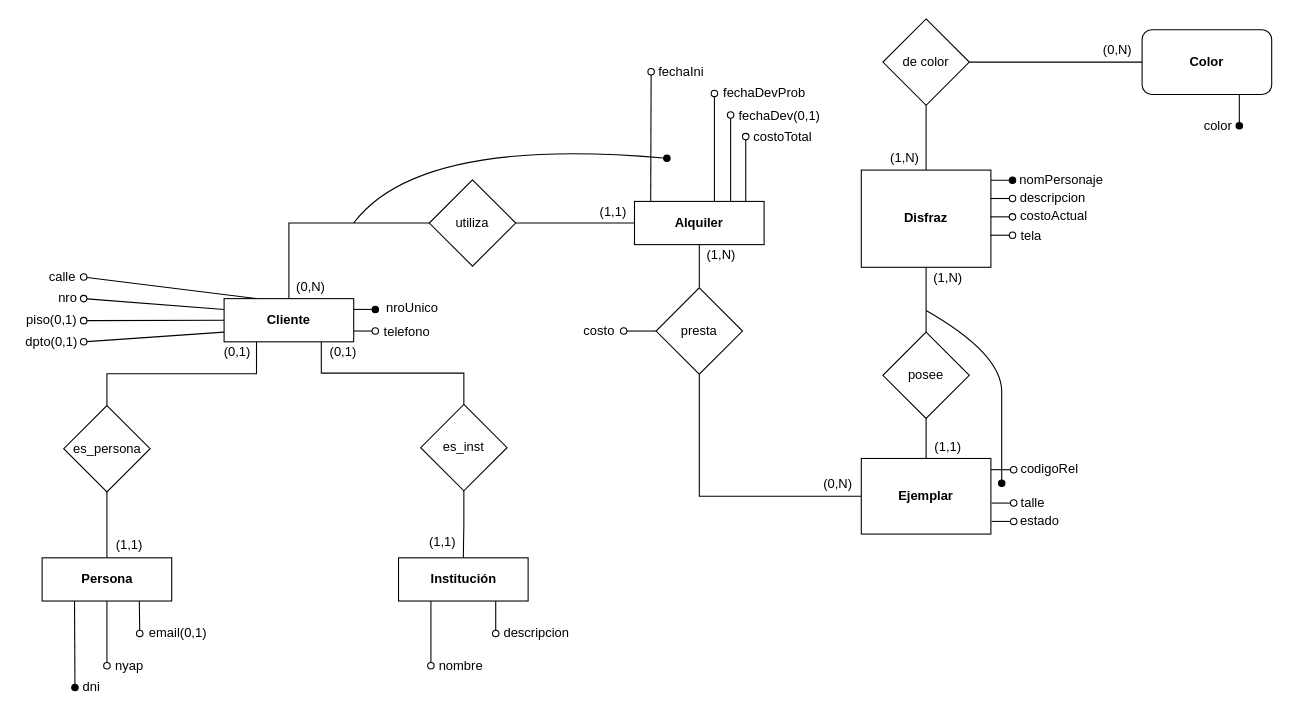
This is BD/01-modelos/03-disfraces/ej3-logico.drawio from sergiocld99/unlp-tramo-final, a draw.io file, before an edit. Source tidied: cells renumbered, new cells numbered last; positions are measured from the earlier drawing's top-left corner, leaving out a move shared by most shapes. Both pictures are drawn from the tidied source at 108%, with x=0, y=0 at pixel (18, 18).
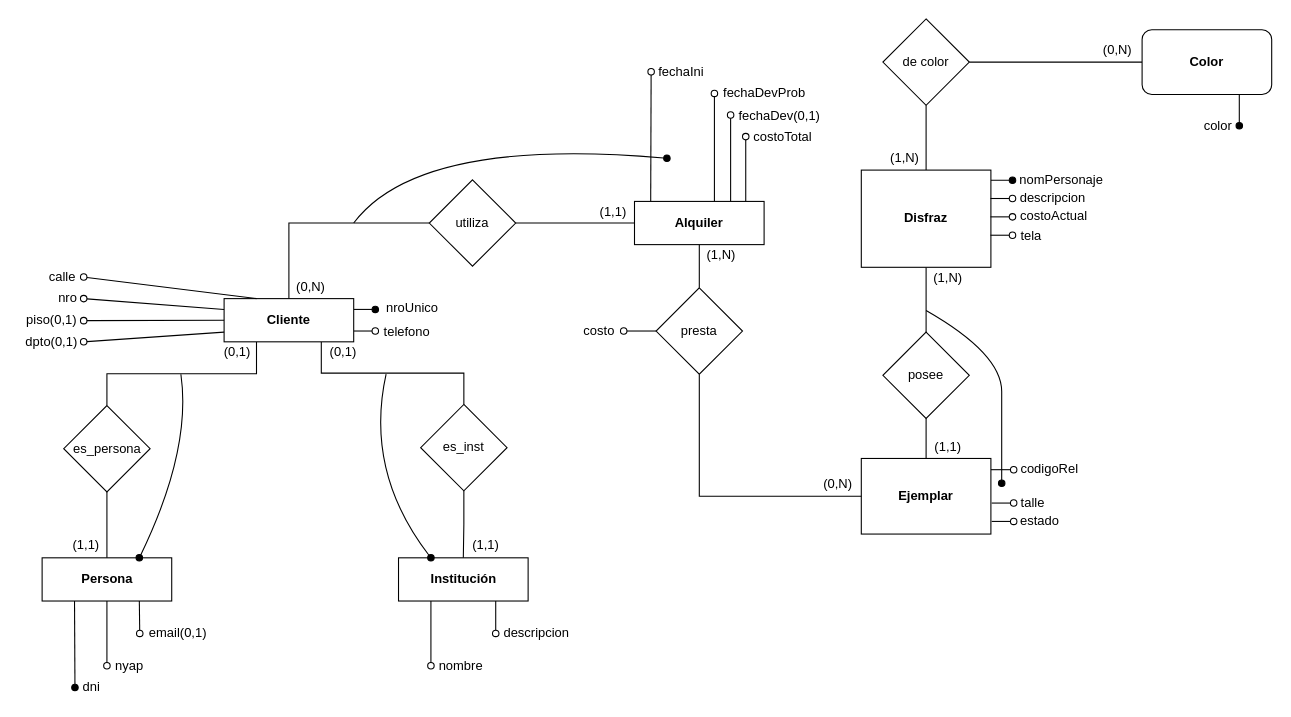
The same diagram, later.

Unchanged cells that the change refers to:
```xml
<mxCell id="16" value="Persona" style="rounded=0;whiteSpace=wrap;html=1;fontStyle=1;" parent="1" vertex="1">
  <mxGeometry x="21.5" y="499" width="120" height="40" as="geometry" />
</mxCell>
<mxCell id="19" value="Institución" style="rounded=0;whiteSpace=wrap;html=1;fontStyle=1;" parent="1" vertex="1">
  <mxGeometry x="351.5" y="499" width="120" height="40" as="geometry" />
</mxCell>
```

Change to the diagram source:
```diff
@@
     <mxCell id="79" value="(1,1)" style="text;html=1;align=center;verticalAlign=middle;strokeColor=none;fillColor=none;" parent="1" vertex="1">
-      <mxGeometry x="81.5" y="477" width="40" height="20" as="geometry" />
+      <mxGeometry x="41.5" y="477" width="40" height="20" as="geometry" />
     </mxCell>
     <mxCell id="80" value="(1,1)" style="text;html=1;align=center;verticalAlign=middle;strokeColor=none;fillColor=none;" parent="1" vertex="1">
-      <mxGeometry x="372" y="475" width="40" height="20" as="geometry" />
+      <mxGeometry x="412" y="477" width="40" height="20" as="geometry" />
     </mxCell>
@@
+    <mxCell id="89" style="curved=1;endArrow=oval;html=1;rounded=0;entryX=0.75;entryY=0;entryDx=0;entryDy=0;endFill=1;" parent="1" edge="1" target="16">
+      <mxGeometry relative="1" as="geometry">
+        <mxPoint x="150" y="329" as="sourcePoint" />
+        <Array as="points">
+          <mxPoint x="160" y="399" />
+        </Array>
+      </mxGeometry>
+    </mxCell>
+    <mxCell id="90" style="curved=1;endArrow=oval;html=1;rounded=0;entryX=0.25;entryY=0;entryDx=0;entryDy=0;endFill=1;" parent="1" edge="1" target="19">
+      <mxGeometry relative="1" as="geometry">
+        <mxPoint x="340" y="329" as="sourcePoint" />
+        <Array as="points">
+          <mxPoint x="320" y="419" />
+        </Array>
+      </mxGeometry>
+    </mxCell>
```
